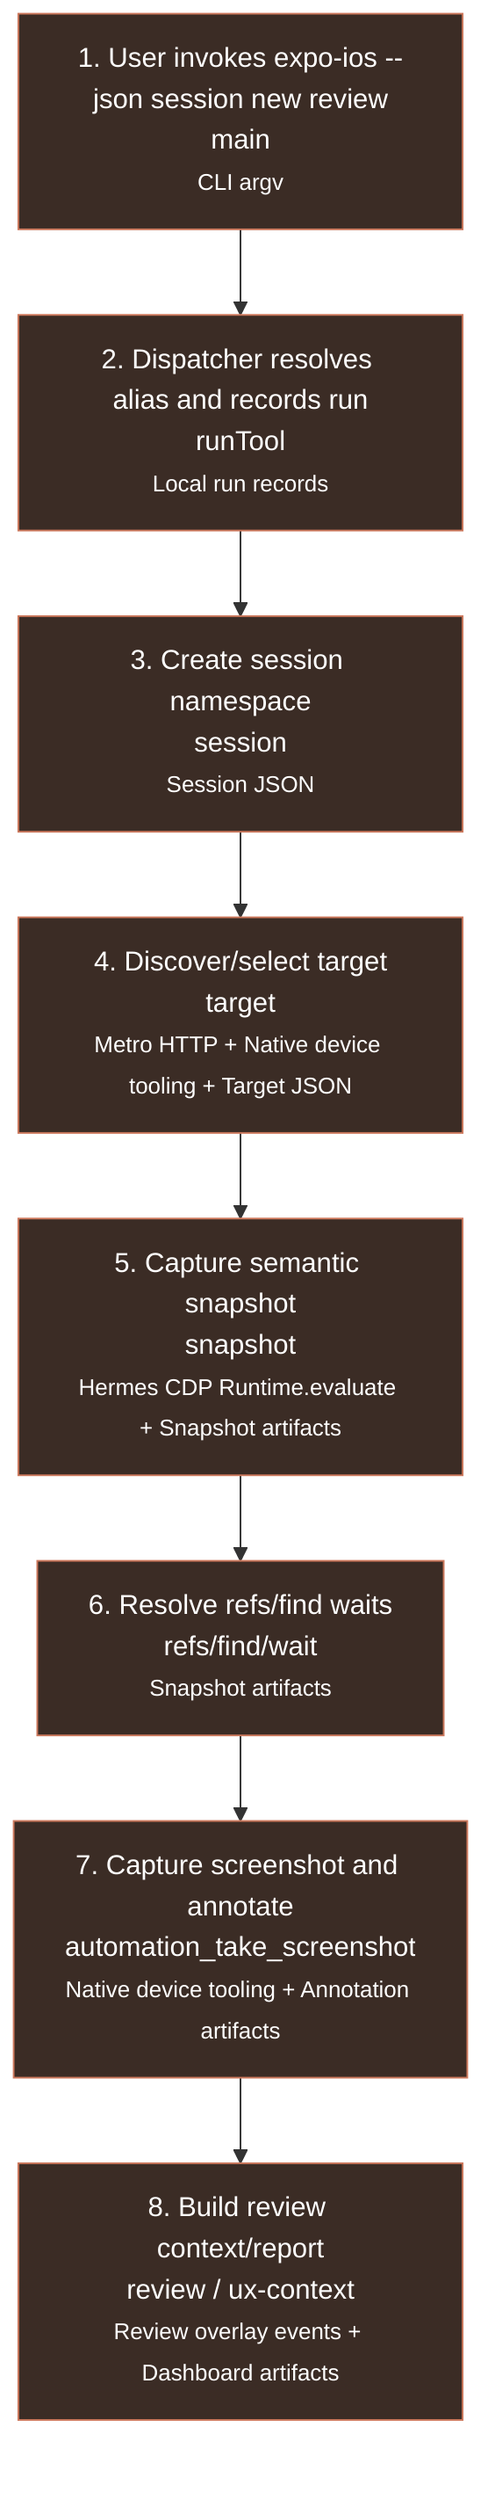
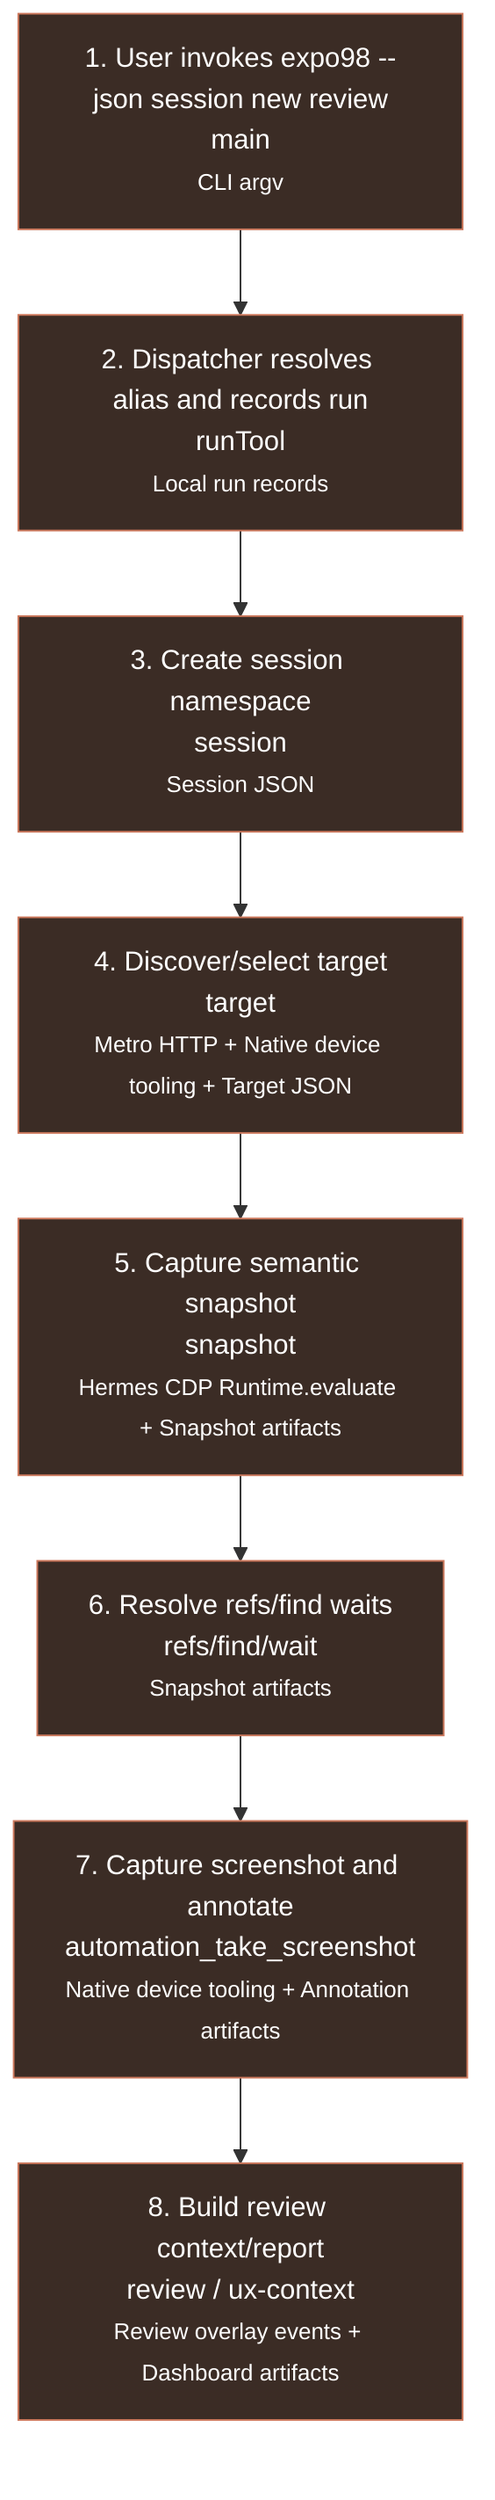
flowchart TD
-   S1["1. User invokes expo-ios --json session new review<br/>main<br/><small>CLI argv</small>"]
+   S1["1. User invokes expo98 --json session new review<br/>main<br/><small>CLI argv</small>"]
  S2["2. Dispatcher resolves alias and records run<br/>runTool<br/><small>Local run records</small>"]
  S1 --> S2
  S3["3. Create session namespace<br/>session<br/><small>Session JSON</small>"]
  S2 --> S3
  S4["4. Discover/select target<br/>target<br/><small>Metro HTTP + Native device tooling + Target JSON</small>"]
  S3 --> S4
  S5["5. Capture semantic snapshot<br/>snapshot<br/><small>Hermes CDP Runtime.evaluate + Snapshot artifacts</small>"]
  S4 --> S5
  S6["6. Resolve refs/find waits<br/>refs/find/wait<br/><small>Snapshot artifacts</small>"]
  S5 --> S6
  S7["7. Capture screenshot and annotate<br/>automation_take_screenshot<br/><small>Native device tooling + Annotation artifacts</small>"]
  S6 --> S7
  S8["8. Build review context/report<br/>review / ux-context<br/><small>Review overlay events + Dashboard artifacts</small>"]
  S7 --> S8
  classDef critical fill:#3b2c25,stroke:#cc785c,color:#fff
  class S1,S2,S3,S4,S5,S6,S7,S8 critical
